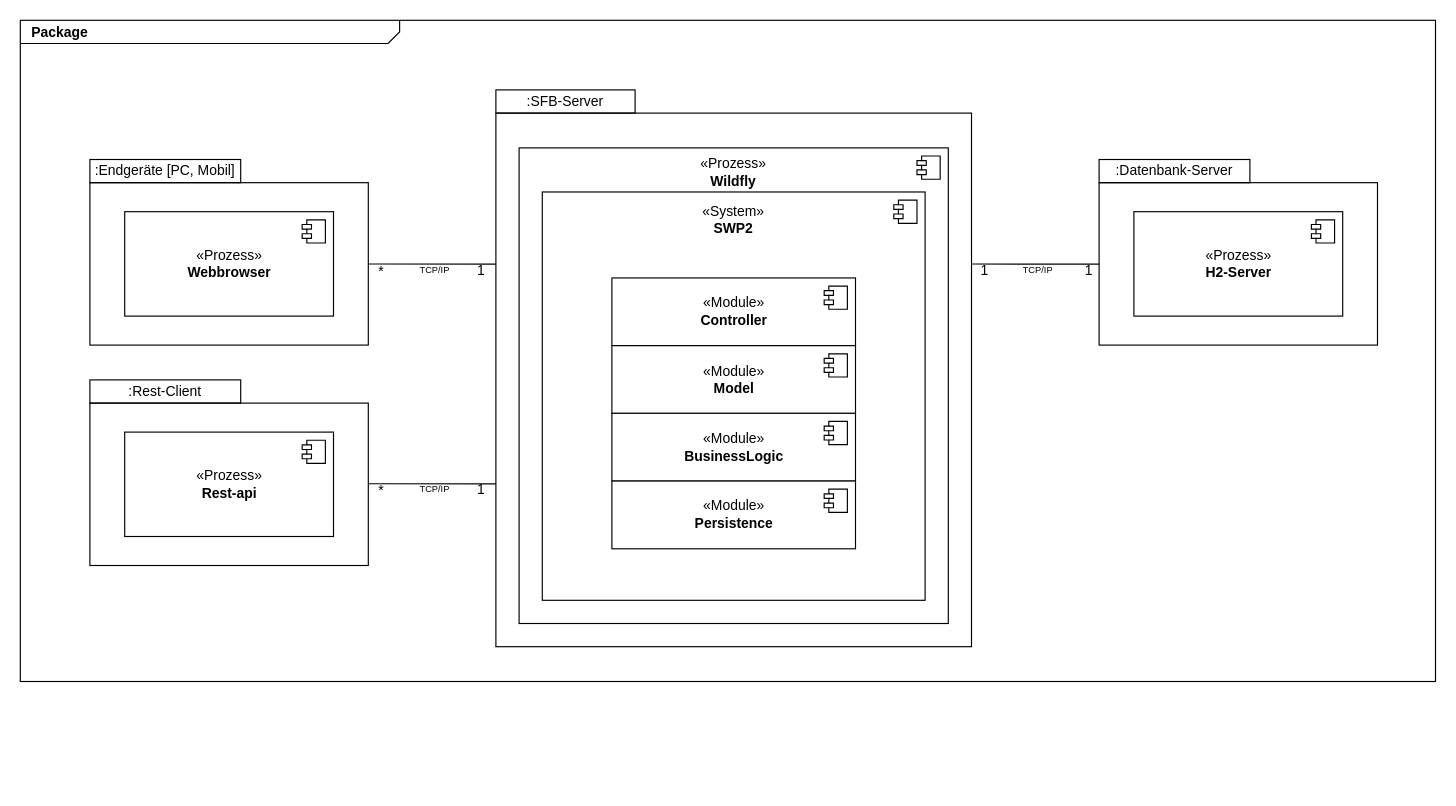
This is doc/UML/06Ausfuehrungssicht.drawio from fkehlenb/softwareprojekt-2, a draw.io file, before an edit. Source tidied: cells renumbered, new cells numbered last; positions are measured from the earlier drawing's top-left corner, leaving out a move shared by most shapes. Both pictures are drawn from the tidied source at 116%, with x=0, y=0 at pixel (20, 20).
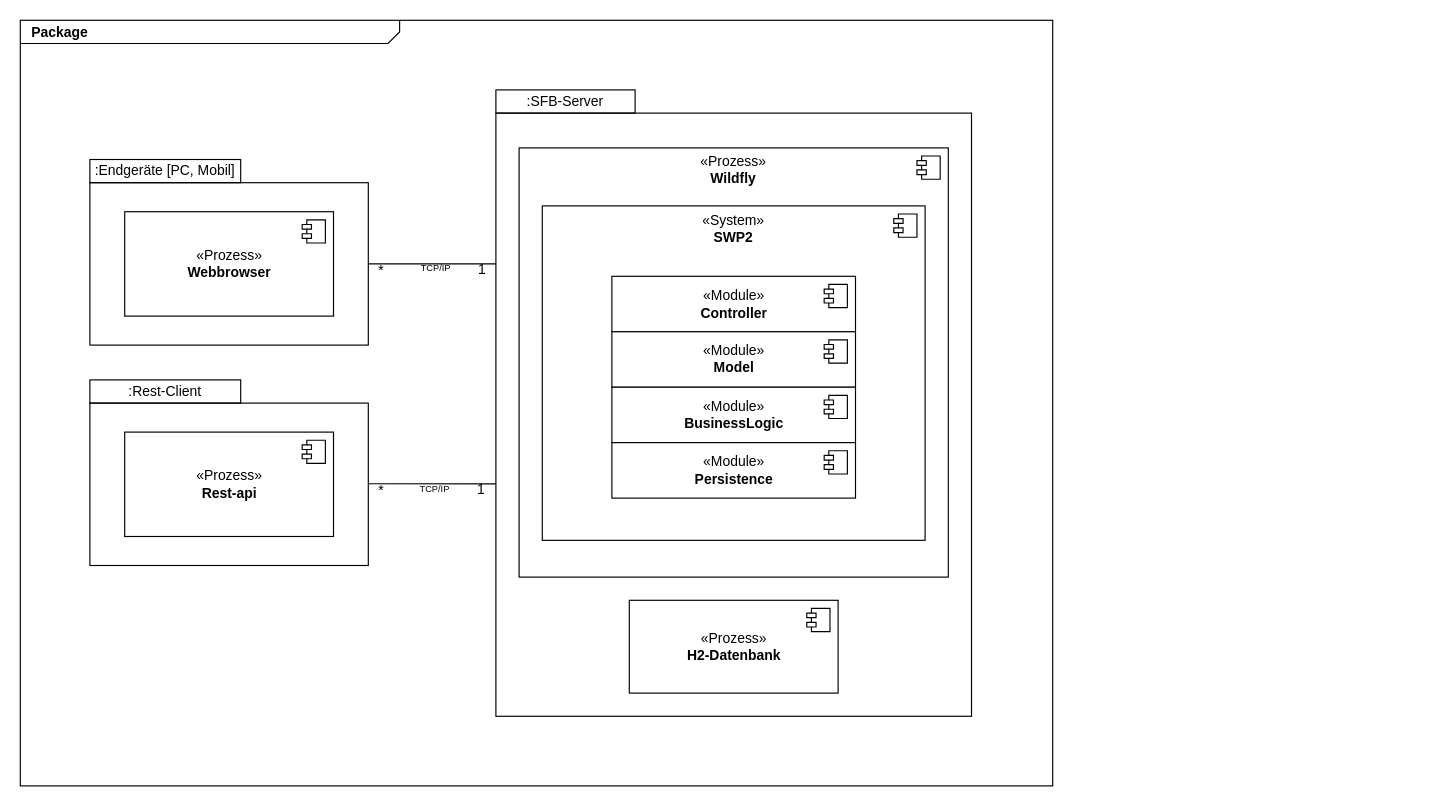
After the change.

Commit message (it also covers changes not shown here):
Ausführungssicht update vom Tutorium

Unchanged cells that the change refers to:
```xml
<mxCell id="3" style="html=1;fillColor=none;" parent="1" vertex="1">
  <mxGeometry x="60" y="140" width="240" height="140" as="geometry" />
</mxCell>
```

What changed in the source:
```diff
@@
     <mxCell id="2" value="&lt;p style=&quot;margin: 0px ; margin-top: 4px ; margin-left: 10px ; text-align: left&quot;&gt;&lt;b&gt;Package&lt;/b&gt;&lt;/p&gt;" style="html=1;strokeWidth=1;shape=mxgraph.sysml.package;html=1;overflow=fill;whiteSpace=wrap;fillColor=none;gradientColor=none;fontSize=12;align=center;labelX=327.64;" parent="1" vertex="1">
-      <mxGeometry width="1220" height="570" as="geometry" />
+      <mxGeometry width="890" height="660" as="geometry" />
     </mxCell>
@@
     <mxCell id="7" style="rounded=0;whiteSpace=wrap;html=1;fillColor=none;" parent="1" vertex="1">
-      <mxGeometry x="410" y="80" width="410" height="460" as="geometry" />
+      <mxGeometry x="410" y="80" width="410" height="520" as="geometry" />
     </mxCell>
@@
     <mxCell id="9" style="html=1;fillColor=none;" parent="1" vertex="1">
-      <mxGeometry x="430" y="110" width="370" height="410" as="geometry" />
+      <mxGeometry x="430" y="110" width="370" height="370" as="geometry" />
     </mxCell>
@@
     <mxCell id="11" value="&lt;span style=&quot;white-space: nowrap&quot;&gt;«Prozess»&lt;/span&gt;&lt;br style=&quot;white-space: nowrap&quot;&gt;&lt;b style=&quot;white-space: nowrap&quot;&gt;Wildfly&lt;/b&gt;" style="text;html=1;strokeColor=none;fillColor=none;align=center;verticalAlign=middle;whiteSpace=wrap;rounded=0;" parent="9" vertex="1">
-      <mxGeometry y="9.4" width="370" height="22.8" as="geometry" />
+      <mxGeometry y="8.5" width="370" height="20.6" as="geometry" />
     </mxCell>
     <mxCell id="12" style="html=1;labelBackgroundColor=none;fillColor=none;fontSize=8;" parent="9" vertex="1">
-      <mxGeometry x="20" y="38" width="330" height="352" as="geometry" />
+      <mxGeometry x="20" y="50" width="330" height="288.3" as="geometry" />
     </mxCell>
@@
     <mxCell id="14" value="&lt;span style=&quot;white-space: nowrap&quot;&gt;«System»&lt;/span&gt;&lt;br style=&quot;white-space: nowrap&quot;&gt;&lt;b style=&quot;white-space: nowrap&quot;&gt;SWP2&lt;/b&gt;" style="text;html=1;strokeColor=none;fillColor=none;align=center;verticalAlign=middle;whiteSpace=wrap;rounded=0;" parent="12" vertex="1">
-      <mxGeometry y="9.5" width="330" height="28.5" as="geometry" />
+      <mxGeometry y="7.8" width="330" height="23.4" as="geometry" />
     </mxCell>
     <mxCell id="15" value="«Module»&lt;br&gt;&lt;b&gt;Controller&lt;/b&gt;" style="html=1;" parent="12" vertex="1">
-      <mxGeometry x="60" y="74.1" width="210" height="58.4" as="geometry" />
+      <mxGeometry x="60" y="60.7" width="210" height="47.8" as="geometry" />
     </mxCell>
@@
     <mxCell id="17" value="«Module»&lt;br&gt;&lt;b&gt;Model&lt;/b&gt;" style="html=1;" parent="12" vertex="1">
-      <mxGeometry x="60" y="132.5" width="210" height="58.4" as="geometry" />
+      <mxGeometry x="60" y="108.5" width="210" height="47.8" as="geometry" />
     </mxCell>
@@
     <mxCell id="19" value="«Module»&lt;br&gt;&lt;b&gt;BusinessLogic&lt;/b&gt;" style="html=1;" parent="12" vertex="1">
-      <mxGeometry x="60" y="190.8" width="210" height="58.4" as="geometry" />
+      <mxGeometry x="60" y="156.3" width="210" height="47.8" as="geometry" />
     </mxCell>
@@
     <mxCell id="21" value="«Module»&lt;br&gt;&lt;b&gt;Persistence&lt;/b&gt;" style="html=1;" parent="12" vertex="1">
-      <mxGeometry x="60" y="249.2" width="210" height="58.4" as="geometry" />
+      <mxGeometry x="60" y="204.1" width="210" height="47.8" as="geometry" />
     </mxCell>
@@
-    <mxCell id="23" style="endArrow=none;html=1;entryX=0;entryY=0.283;entryDx=0;entryDy=0;entryPerimeter=0;" parent="1" edge="1" source="3" target="7">
+    <mxCell id="23" style="endArrow=none;html=1;entryX=0;entryY=0.25;entryDx=0;entryDy=0;" parent="1" edge="1" source="3" target="7">
       <mxGeometry relative="1" as="geometry" />
     </mxCell>
@@
-    <mxCell id="27" style="html=1;fillColor=none;" parent="1" vertex="1">
-      <mxGeometry x="930" y="140" width="240" height="140" as="geometry" />
-    </mxCell>
-    <mxCell id="28" value=":Datenbank-Server" style="rounded=0;whiteSpace=wrap;html=1;fillColor=none;" parent="1" vertex="1">
-      <mxGeometry x="930" y="120" width="130" height="20" as="geometry" />
-    </mxCell>
-    <mxCell id="29" style="endArrow=none;html=1;entryX=0;entryY=0.283;entryDx=0;entryDy=0;entryPerimeter=0;" parent="1" edge="1">
-      <mxGeometry relative="1" as="geometry">
-        <mxPoint x="820" y="210.1" as="sourcePoint" />
-        <mxPoint x="930" y="210.2" as="targetPoint" />
-      </mxGeometry>
-    </mxCell>
-    <mxCell id="30" value="1" style="text;html=1;align=center;verticalAlign=middle;labelBackgroundColor=none;" parent="29" vertex="1">
-      <mxGeometry x="-0.82" y="1" relative="1" as="geometry">
-        <mxPoint y="6" as="offset" />
-      </mxGeometry>
-    </mxCell>
-    <mxCell id="31" value="&lt;font style=&quot;font-size: 12px&quot;&gt;1&lt;/font&gt;" style="text;html=1;align=center;verticalAlign=middle;labelBackgroundColor=none;fontSize=8;fontStyle=0;" parent="29" vertex="1">
-      <mxGeometry x="0.77" y="-1" relative="1" as="geometry">
-        <mxPoint x="4" y="4" as="offset" />
-      </mxGeometry>
-    </mxCell>
-    <mxCell id="32" value="TCP/IP" style="text;html=1;align=center;verticalAlign=middle;labelBackgroundColor=none;fontSize=8;" parent="29" vertex="1">
-      <mxGeometry x="0.08" y="-1" relative="1" as="geometry">
-        <mxPoint x="-2" y="3" as="offset" />
-      </mxGeometry>
-    </mxCell>
-    <mxCell id="33" value="«Prozess»&lt;br&gt;&lt;b&gt;H2-Server&lt;/b&gt;" style="html=1;" parent="1" vertex="1">
-      <mxGeometry x="960" y="165" width="180" height="90" as="geometry" />
+    <mxCell id="33" value="«Prozess»&lt;br&gt;&lt;b&gt;H2-Datenbank&lt;/b&gt;" style="html=1;" parent="1" vertex="1">
+      <mxGeometry x="525" y="500" width="180" height="80" as="geometry" />
     </mxCell>
```
